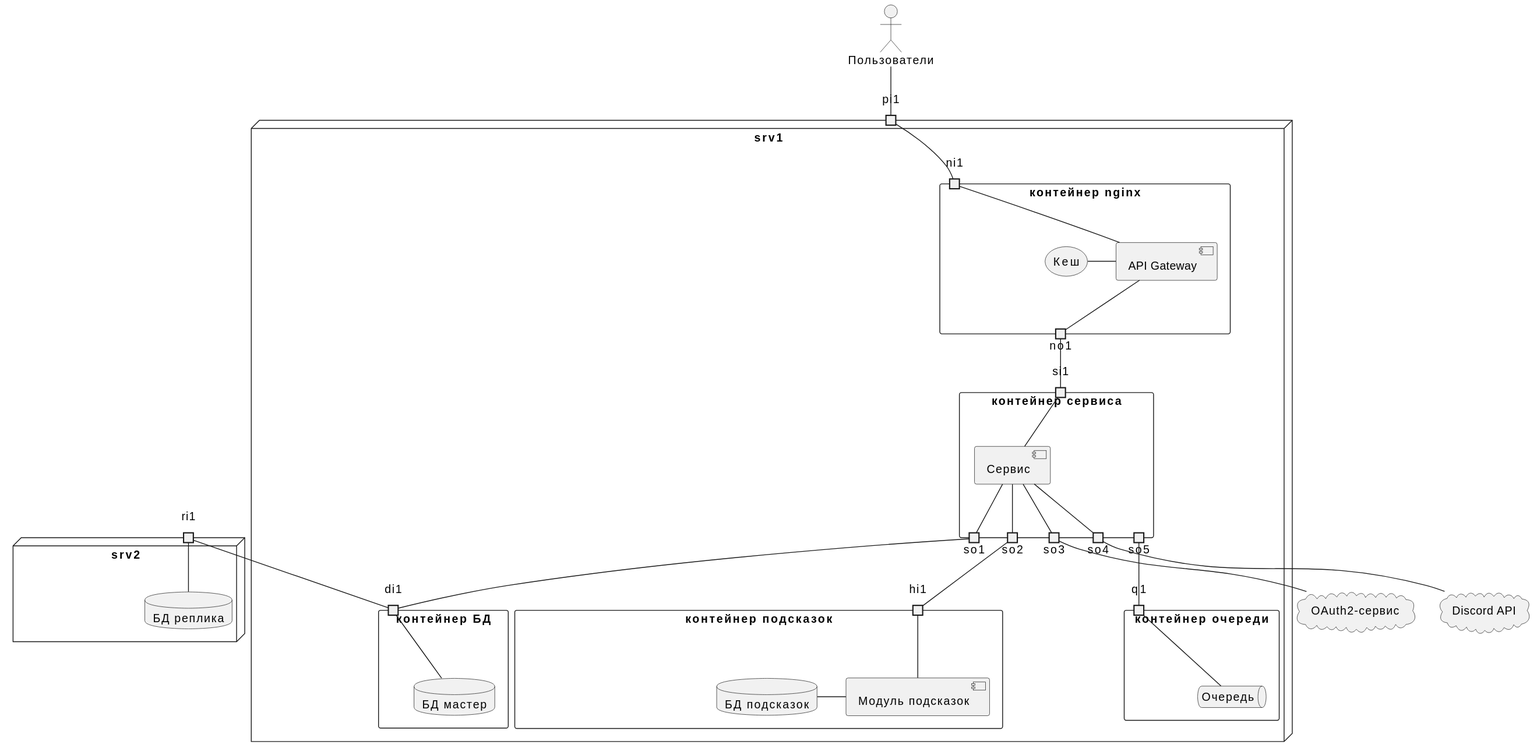
Before: svg/chart/deploy_1.svg, a diagram exported from PlantUML (butakovmv/d20e_arch).
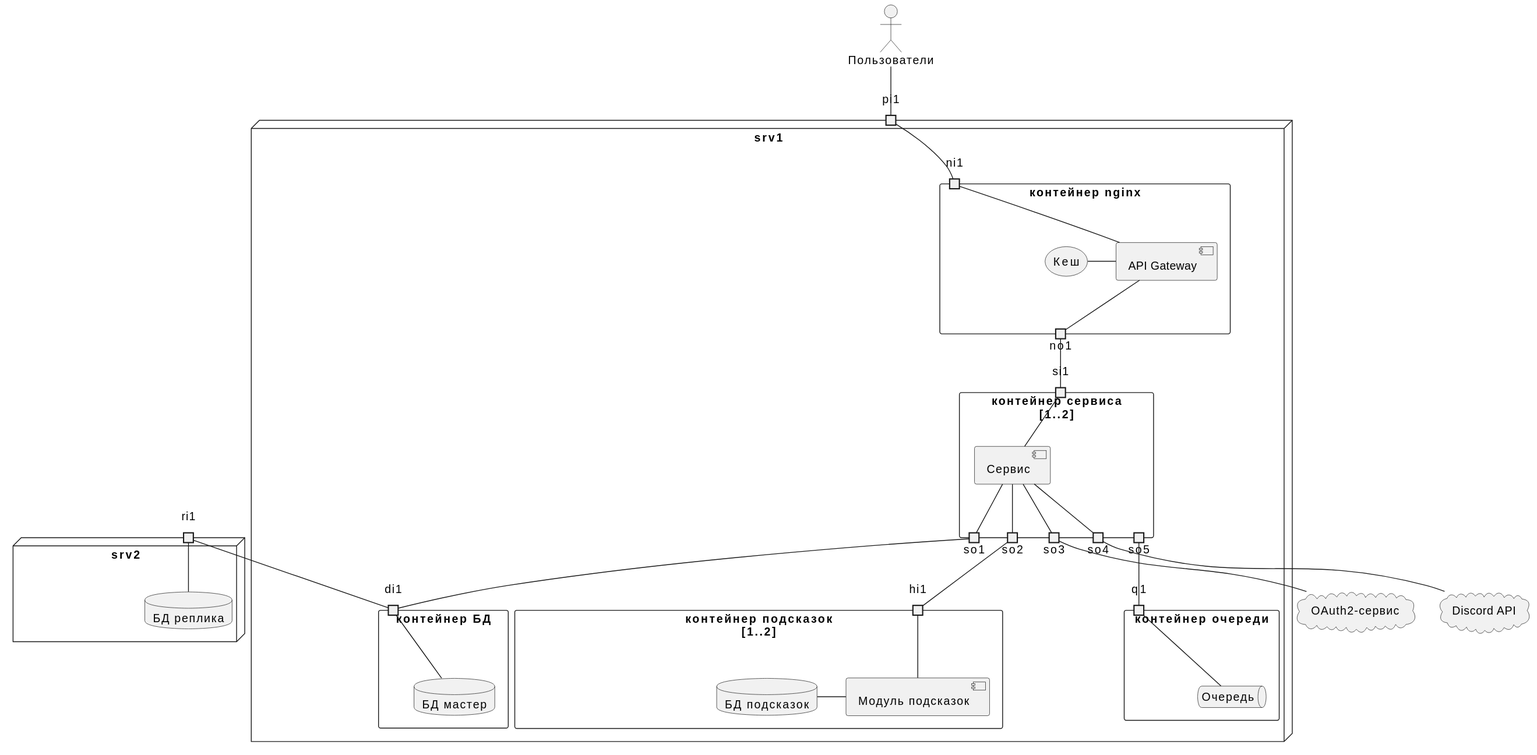
After the commit.

Commit message:
Диаграмма контейнеров

Diff of the diagram source:
```diff
@@ -13,7 +13,7 @@
         gateway-no1
         gateway-le-cache
     }
-    rectangle "контейнер сервиса" {
+    rectangle "контейнер сервиса\n[1..2]" {
         portin si1
         component "Сервис" as service
         portout so1
@@ -39,7 +39,7 @@
             q1 - coreQueue
         }
 
-    rectangle "контейнер подсказок" {
+    rectangle "контейнер подсказок\n[1..2]" {
         portin hi1
         component "Модуль подсказок" as hint
         database "БД подсказок" as hintDb
```
